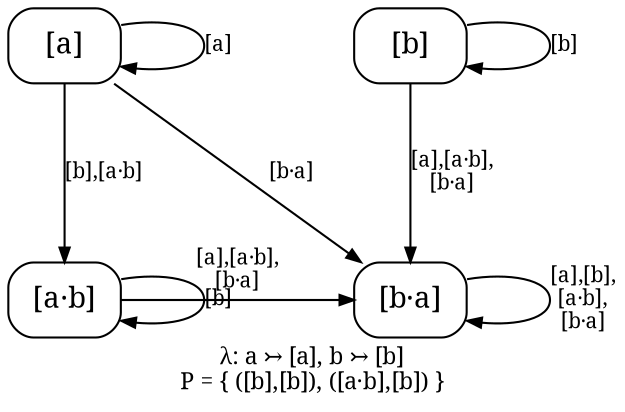
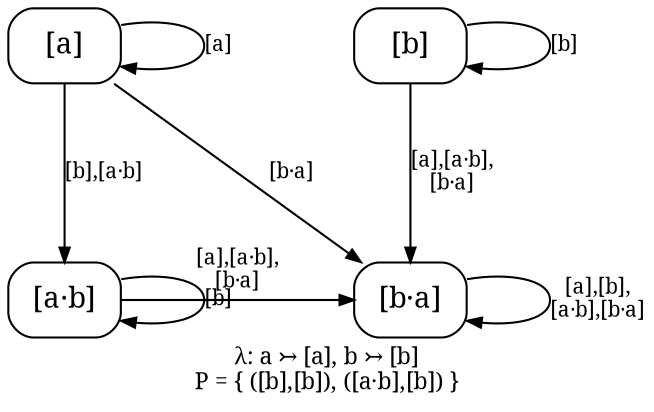
// sos2cayley astar_bomega.sos --rename a=a,!a=b
digraph core_F0_astar_bomega_b {
  rankdir=TB;
  ranksep=0.87; nodesep=0.55;
  node [shape=box, style=rounded, fontname="serif", margin="0.06,0.03"];
  edge [fontname="serif", fontsize=10, arrowsize=0.7];
  label="λ: a ↣ [a], b ↣ [b]\nP = { ([b],[b]), ([a·b],[b]) }";
  labelloc="b"; labeljust="c"; fontname="serif"; fontsize=11;

  a [label="[a]"];
  b [label="[b]"];
  ab [label="[a·b]"];
  ba [label="[b·a]"];

  { rank=same; a b; }
  { rank=same; ab ba; }

  a -> a [label="[a]", weight=1];
  a -> ab [label="[b],[a·b]", weight=3];
  a -> ba [label="[b·a]", weight=1];
  b -> ba [label="[a],[a·b],\n[b·a]", weight=3];
  b -> b [label="[b]", weight=1];
  ab -> ba [label="[a],[a·b],\n[b·a]", weight=1];
  ab -> ab [label="[b]", weight=1];
-   ba -> ba [label="[a],[b],\n[a·b],\n[b·a]", weight=1];
+   ba -> ba [label="[a],[b],\n[a·b],[b·a]", weight=1];
}
